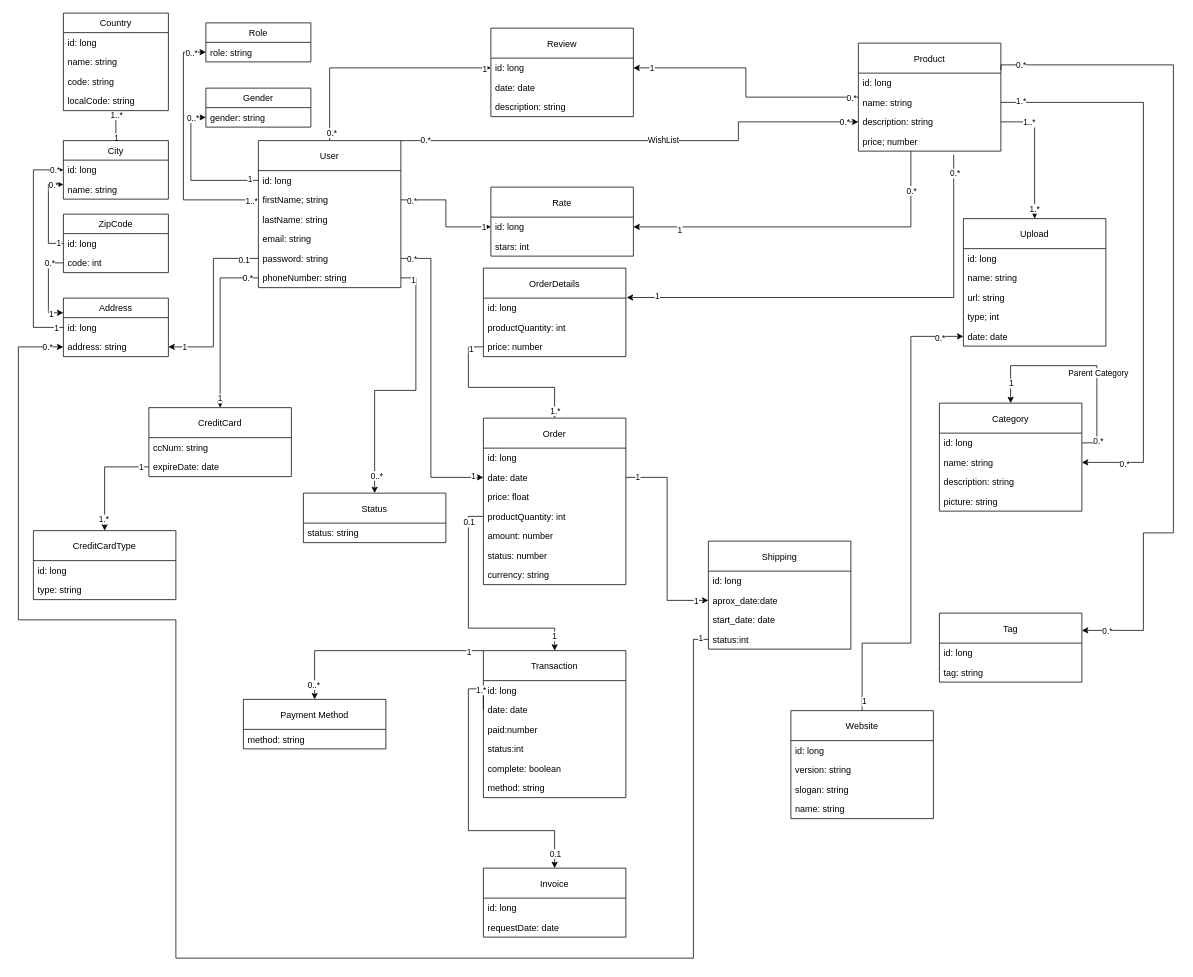
This is page "Ecommerce basic model" (1 of 4) of Class Diagram.drawio from Psycomentis06/AZIT-e-commerce-API-doc, a draw.io file, before an edit. Source tidied: cells renumbered, new cells numbered last; positions are measured from the earlier drawing's top-left corner, leaving out a move shared by most shapes. Both pictures are drawn from the tidied source at 75%, with x=0, y=0 at pixel (18, 13).
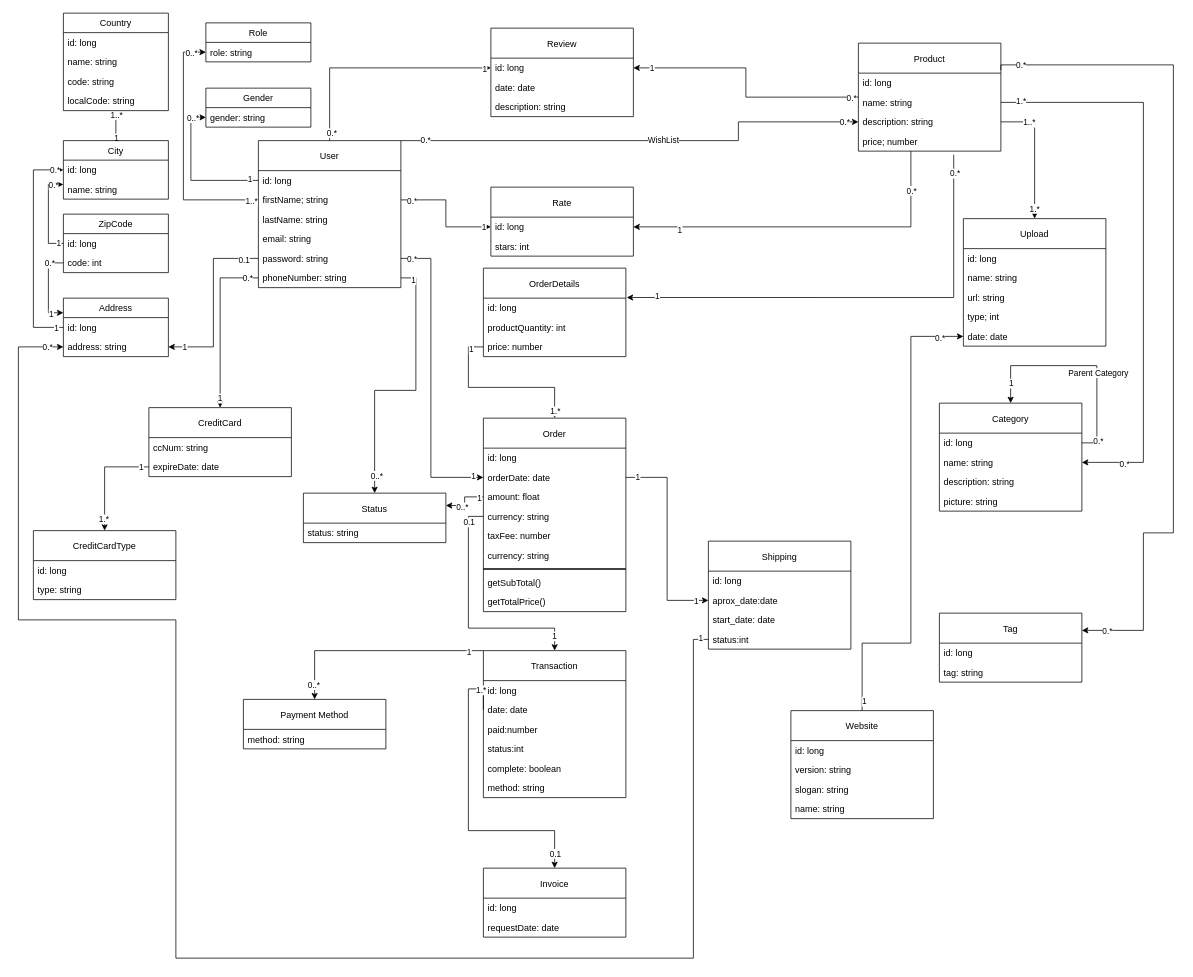
After the change.

The change refers to these unchanged cells:
```xml
<mxCell id="174" value="Status" style="swimlane;fontStyle=0;horizontal=1;startSize=40;fillColor=none;" parent="1" vertex="1">
  <mxGeometry x="380" y="640" width="190" height="66" as="geometry" />
</mxCell>
```

What changed in the source:
```diff
@@
     <mxCell id="42" value="Order" style="swimlane;fontStyle=0;horizontal=1;startSize=40;fillColor=none;" parent="1" vertex="1">
-      <mxGeometry x="620" y="540" width="190" height="222" as="geometry" />
+      <mxGeometry x="620" y="540" width="190" height="258" as="geometry" />
     </mxCell>
@@
-    <mxCell id="44" value="date: date" style="text;strokeColor=none;fillColor=none;align=left;verticalAlign=top;spacingLeft=4;spacingRight=4;overflow=hidden;points=[[0,0.5],[1,0.5]];portConstraint=eastwest;" parent="42" vertex="1">
+    <mxCell id="44" value="orderDate: date" style="text;strokeColor=none;fillColor=none;align=left;verticalAlign=top;spacingLeft=4;spacingRight=4;overflow=hidden;points=[[0,0.5],[1,0.5]];portConstraint=eastwest;" parent="42" vertex="1">
       <mxGeometry y="66" width="190" height="26" as="geometry" />
     </mxCell>
-    <mxCell id="45" value="price: float" style="text;strokeColor=none;fillColor=none;align=left;verticalAlign=top;spacingLeft=4;spacingRight=4;overflow=hidden;points=[[0,0.5],[1,0.5]];portConstraint=eastwest;" parent="42" vertex="1">
+    <mxCell id="45" value="amount: float" style="text;strokeColor=none;fillColor=none;align=left;verticalAlign=top;spacingLeft=4;spacingRight=4;overflow=hidden;points=[[0,0.5],[1,0.5]];portConstraint=eastwest;" parent="42" vertex="1">
       <mxGeometry y="92" width="190" height="26" as="geometry" />
     </mxCell>
-    <mxCell id="46" value="productQuantity: int" style="text;strokeColor=none;fillColor=none;align=left;verticalAlign=top;spacingLeft=4;spacingRight=4;overflow=hidden;points=[[0,0.5],[1,0.5]];portConstraint=eastwest;" parent="42" vertex="1">
+    <mxCell id="46" value="currency: string" style="text;strokeColor=none;fillColor=none;align=left;verticalAlign=top;spacingLeft=4;spacingRight=4;overflow=hidden;points=[[0,0.5],[1,0.5]];portConstraint=eastwest;" parent="42" vertex="1">
       <mxGeometry y="118" width="190" height="26" as="geometry" />
     </mxCell>
-    <mxCell id="47" value="amount: number" style="text;strokeColor=none;fillColor=none;align=left;verticalAlign=top;spacingLeft=4;spacingRight=4;overflow=hidden;" parent="42" vertex="1">
+    <mxCell id="47" value="taxFee: number" style="text;strokeColor=none;fillColor=none;align=left;verticalAlign=top;spacingLeft=4;spacingRight=4;overflow=hidden;" parent="42" vertex="1">
       <mxGeometry y="144" width="190" height="26" as="geometry" />
     </mxCell>
-    <mxCell id="48" value="status: number" style="text;strokeColor=none;fillColor=none;align=left;verticalAlign=top;spacingLeft=4;spacingRight=4;overflow=hidden;" parent="42" vertex="1">
-      <mxGeometry y="170" width="190" height="26" as="geometry" />
-    </mxCell>
     <mxCell id="49" value="currency: string" style="text;strokeColor=none;fillColor=none;align=left;verticalAlign=top;spacingLeft=4;spacingRight=4;overflow=hidden;" parent="42" vertex="1">
-      <mxGeometry y="196" width="190" height="26" as="geometry" />
+      <mxGeometry y="170" width="190" height="26" as="geometry" />
     </mxCell>
+    <mxCell id="181" style="line;strokeWidth=2;html=1;labelBackgroundColor=#000000;" parent="42" vertex="1">
+      <mxGeometry y="196" width="190" height="10" as="geometry" />
+    </mxCell>
+    <mxCell id="182" value="getSubTotal()" style="text;strokeColor=none;fillColor=none;align=left;verticalAlign=top;spacingLeft=4;spacingRight=4;overflow=hidden;labelBorderColor=none;" parent="42" vertex="1">
+      <mxGeometry y="206" width="190" height="26" as="geometry" />
+    </mxCell>
+    <mxCell id="183" value="getTotalPrice()" style="text;strokeColor=none;fillColor=none;align=left;verticalAlign=top;spacingLeft=4;spacingRight=4;overflow=hidden;" parent="42" vertex="1">
+      <mxGeometry y="232" width="190" height="26" as="geometry" />
+    </mxCell>
@@
+    <mxCell id="184" style="edgeStyle=orthogonalEdgeStyle;rounded=0;jettySize=auto;html=1;exitX=0;exitY=0.5;exitDx=0;exitDy=0;entryX=1;entryY=0.25;entryDx=0;entryDy=0;" parent="1" edge="1" source="45" target="174">
+      <mxGeometry relative="1" as="geometry" />
+    </mxCell>
+    <mxCell id="185" value="1" style="edgeLabel;html=1;align=center;verticalAlign=middle;" parent="184" vertex="1">
+      <mxGeometry x="-0.79" y="1" relative="1" as="geometry" />
+    </mxCell>
+    <mxCell id="186" value="0..*" style="edgeLabel;html=1;align=center;verticalAlign=middle;" parent="184" vertex="1">
+      <mxGeometry x="0.3" y="2" relative="1" as="geometry" />
+    </mxCell>
```
